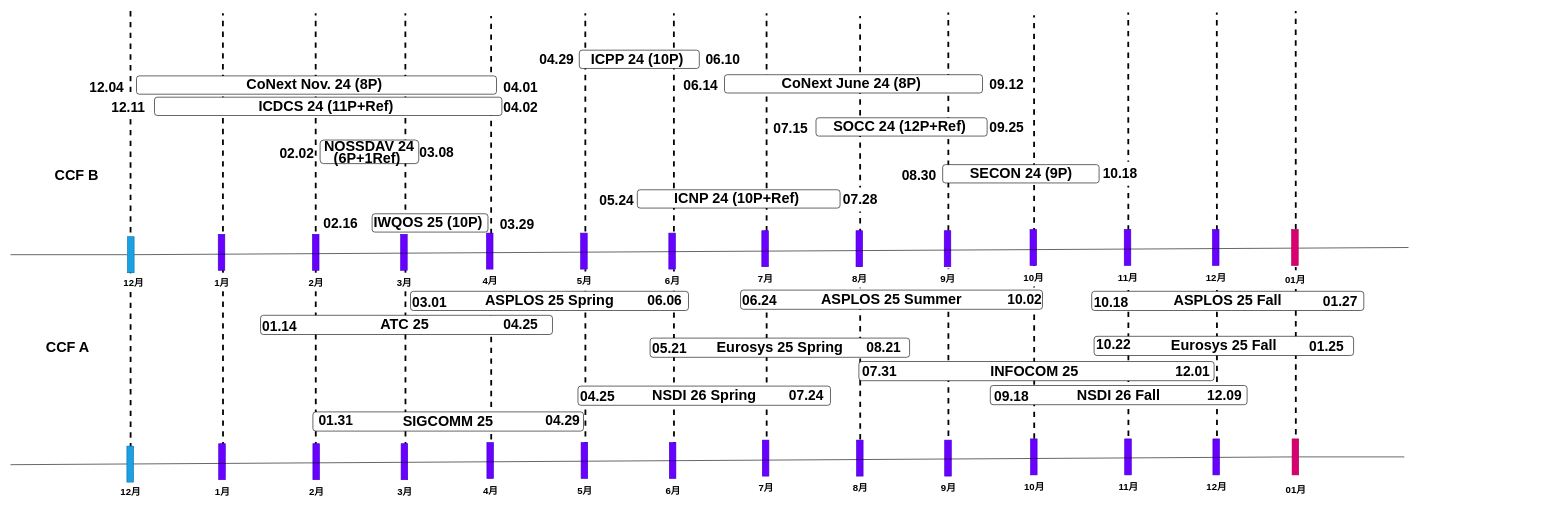
Earlier version of the draw.io diagram images/submission_scheduler/scheduler.drawio (desword/desword.github.io). Source tidied: cells renumbered, new cells numbered last; positions are measured from the earlier drawing's top-left corner, leaving out a move shared by most shapes. Both pictures are drawn from the tidied source at 60%, with x=0, y=0 at pixel (10, 11).
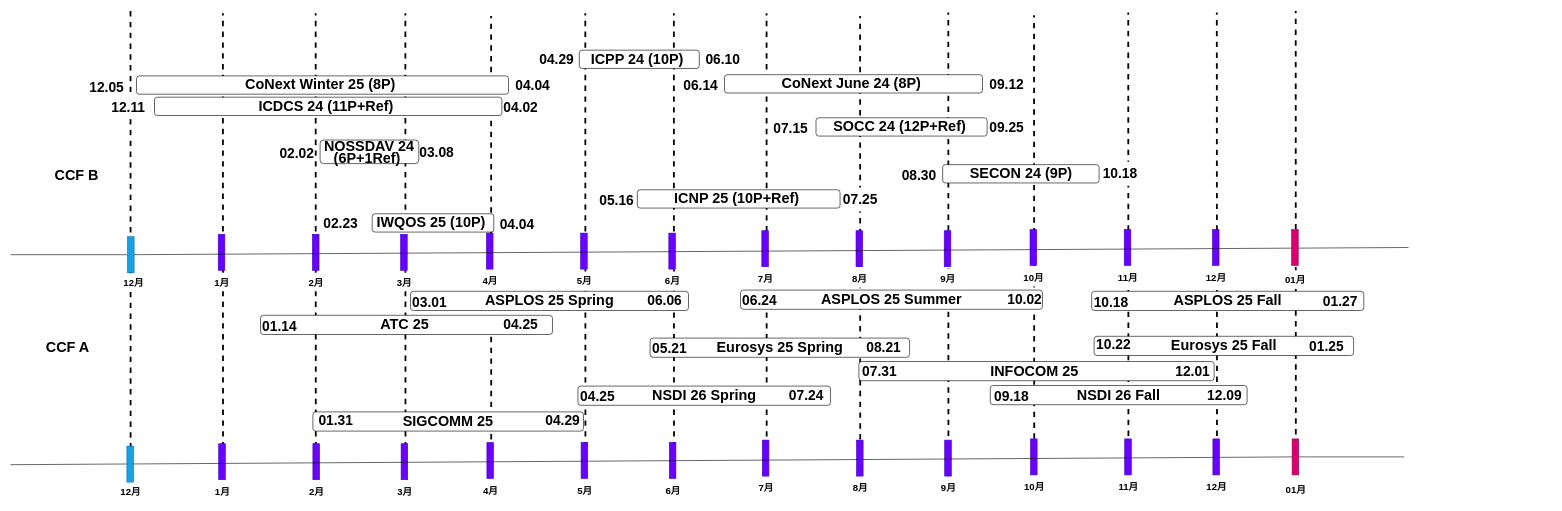
After the change.

The change refers to these unchanged cells:
```xml
<mxCell id="2" style="group;" parent="1" vertex="1">
  <mxGeometry x="200" width="2369" height="765" as="geometry" />
</mxCell>
<mxCell id="22" style="group;" parent="2" vertex="1">
  <mxGeometry x="-0.8" y="364" width="1967.5" height="103" as="geometry" />
</mxCell>
<mxCell id="61" style="group;" parent="2" vertex="1">
  <mxGeometry x="840" y="294" width="350" height="41.9" as="geometry" />
</mxCell>
```

What changed in the source:
```diff
@@
-    <mxCell id="21" value="02.16" style="text;html=1;align=center;verticalAlign=middle;strokeColor=none;fillColor=none;fontSize=23;fontStyle=1;" parent="2" vertex="1">
+    <mxCell id="21" value="02.23" style="text;html=1;align=center;verticalAlign=middle;strokeColor=none;fillColor=none;fontSize=23;fontStyle=1;" parent="2" vertex="1">
       <mxGeometry x="310" y="334" width="80" height="40" as="geometry" />
     </mxCell>
@@
-    <mxCell id="53" value="03.29" style="text;html=1;align=center;verticalAlign=middle;strokeColor=none;fillColor=none;fontSize=23;fontStyle=1;" parent="22" vertex="1">
+    <mxCell id="53" value="04.04" style="text;html=1;align=center;verticalAlign=middle;strokeColor=none;fillColor=none;fontSize=23;fontStyle=1;" parent="22" vertex="1">
       <mxGeometry x="605" y="-28" width="80" height="40" as="geometry" />
     </mxCell>
@@
-    <mxCell id="57" value="07.28" style="text;html=1;align=center;verticalAlign=middle;strokeColor=none;fillColor=default;fontSize=23;fontStyle=1;" parent="2" vertex="1">
+    <mxCell id="57" value="07.25" style="text;html=1;align=center;verticalAlign=middle;strokeColor=none;fillColor=default;fontSize=23;fontStyle=1;" parent="2" vertex="1">
       <mxGeometry x="1176" y="294" width="80" height="40" as="geometry" />
     </mxCell>
-    <mxCell id="58" value="05.24" style="text;html=1;align=center;verticalAlign=middle;strokeColor=none;fillColor=none;fontSize=23;fontStyle=1;" parent="2" vertex="1">
+    <mxCell id="58" value="05.16" style="text;html=1;align=center;verticalAlign=middle;strokeColor=none;fillColor=none;fontSize=23;fontStyle=1;" parent="2" vertex="1">
       <mxGeometry x="770" y="295" width="80" height="40" as="geometry" />
     </mxCell>
     <mxCell id="59" style="group;" parent="2" vertex="1">
-      <mxGeometry x="400" y="334" width="200" height="40" as="geometry" />
+      <mxGeometry x="400" y="334" width="210" height="40" as="geometry" />
     </mxCell>
     <mxCell id="60" value="IWQOS 25 (10P)&amp;nbsp;" style="rounded=1;whiteSpace=wrap;html=1;fontStyle=1;fontSize=24;" parent="59" vertex="1">
-      <mxGeometry x="2.7" y="3.8" width="193.1" height="30.5" as="geometry" />
+      <mxGeometry x="2.8" y="3.8" width="202.7" height="30.5" as="geometry" />
     </mxCell>
@@
-    <mxCell id="62" value="ICNP 24 (10P+Ref)&amp;nbsp;" style="rounded=1;whiteSpace=wrap;html=1;fontStyle=1;fontSize=24;" parent="61" vertex="1">
+    <mxCell id="62" value="ICNP 25 (10P+Ref)&amp;nbsp;" style="rounded=1;whiteSpace=wrap;html=1;fontStyle=1;fontSize=24;" parent="61" vertex="1">
       <mxGeometry x="4.7" y="3.8" width="337.9" height="30.5" as="geometry" />
     </mxCell>
@@
-    <mxCell id="76" value="CoNext Nov. 24 (8P)&amp;nbsp;" style="rounded=1;whiteSpace=wrap;html=1;fontStyle=1;fontSize=24;" parent="2" vertex="1">
-      <mxGeometry x="10" y="108" width="600" height="30.5" as="geometry" />
+    <mxCell id="76" value="CoNext Winter 25 (8P)&amp;nbsp;" style="rounded=1;whiteSpace=wrap;html=1;fontStyle=1;fontSize=24;" parent="2" vertex="1">
+      <mxGeometry x="10" y="108" width="620" height="30.5" as="geometry" />
     </mxCell>
-    <mxCell id="77" value="04.01" style="text;html=1;align=center;verticalAlign=middle;strokeColor=none;fillColor=none;fontSize=23;fontStyle=1;" parent="2" vertex="1">
-      <mxGeometry x="610" y="108" width="80" height="40" as="geometry" />
+    <mxCell id="77" value="04.04" style="text;html=1;align=center;verticalAlign=middle;strokeColor=none;fillColor=none;fontSize=23;fontStyle=1;" parent="2" vertex="1">
+      <mxGeometry x="630" y="103.5" width="80" height="40" as="geometry" />
     </mxCell>
@@
-    <mxCell id="152" value="12.04" style="text;html=1;align=center;verticalAlign=middle;strokeColor=none;fillColor=none;fontSize=23;fontStyle=1;" parent="1" vertex="1">
+    <mxCell id="152" value="12.05" style="text;html=1;align=center;verticalAlign=middle;strokeColor=none;fillColor=none;fontSize=23;fontStyle=1;" parent="1" vertex="1">
       <mxGeometry x="120" y="108" width="80" height="40" as="geometry" />
     </mxCell>
```
